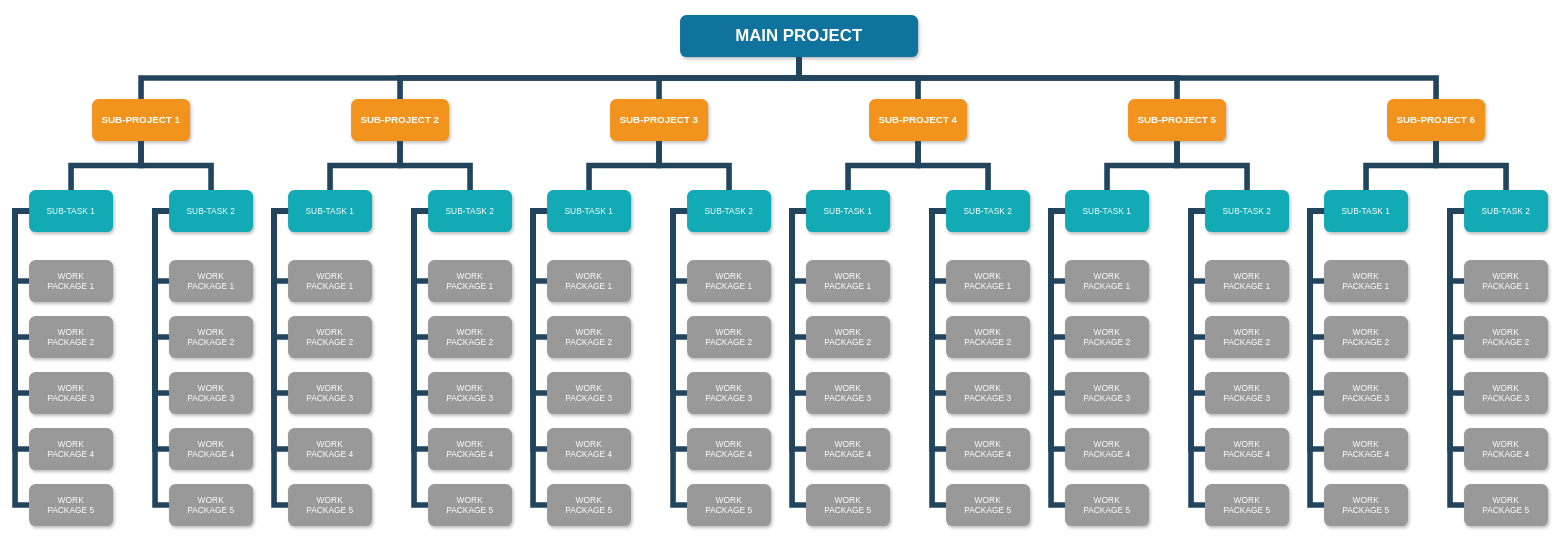
The draw.io diagram PC端结构设计.drawio in yuxibiwin/draw, before the edit. Source tidied: cells renumbered, new cells numbered last; positions are measured from the earlier drawing's top-left corner, leaving out a move shared by most shapes. Both pictures are drawn from the tidied source at 70%, with x=0, y=0 at pixel (15, 15).
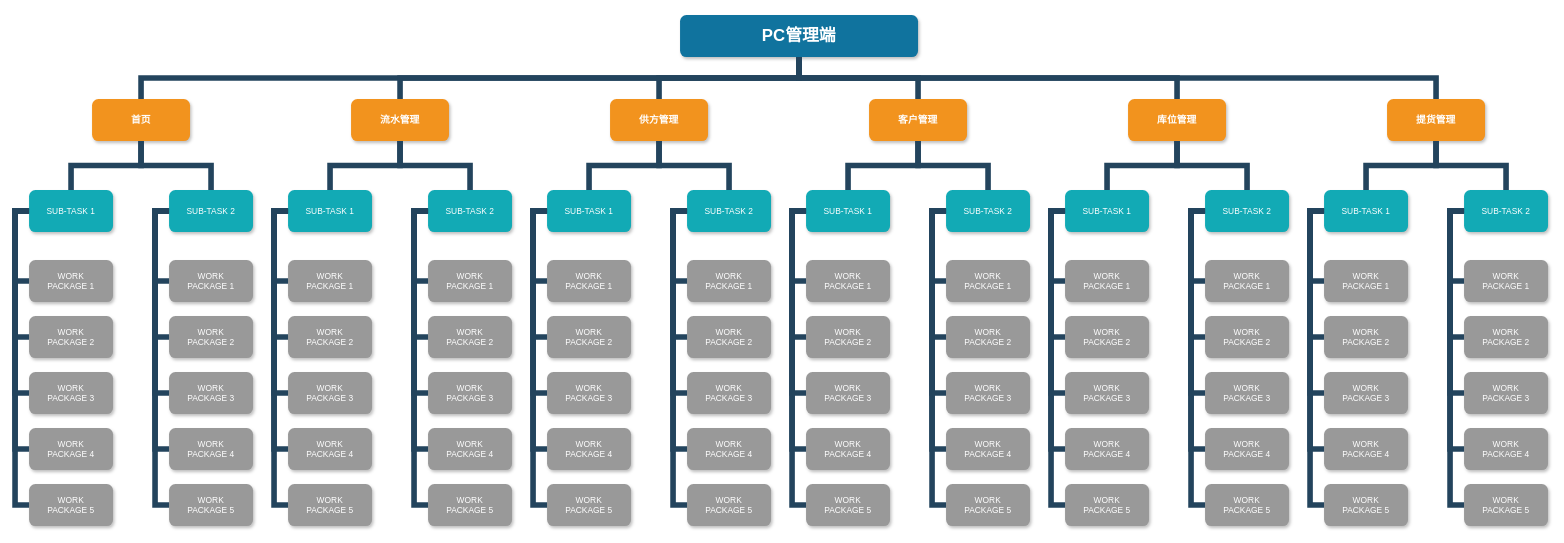
Above is the later version.

Commit message (it also covers changes not shown here):
更新PC端结构设计.drawio

The edit, as a diff of the source:
```diff
@@
-    <mxCell id="2" value="MAIN PROJECT" style="whiteSpace=wrap;rounded=1;shadow=1;fillColor=#10739E;strokeColor=none;fontColor=#FFFFFF;fontStyle=1;fontSize=24;" parent="1" vertex="1">
+    <mxCell id="2" value="PC管理端" style="whiteSpace=wrap;rounded=1;shadow=1;fillColor=#10739E;strokeColor=none;fontColor=#FFFFFF;fontStyle=1;fontSize=24;" parent="1" vertex="1">
       <mxGeometry x="950" width="340" height="60" as="geometry" />
     </mxCell>
-    <mxCell id="3" value="SUB-PROJECT 1" style="whiteSpace=wrap;rounded=1;fillColor=#F2931E;strokeColor=none;shadow=1;fontColor=#FFFFFF;fontStyle=1;fontSize=14;" parent="1" vertex="1">
+    <mxCell id="3" value="首页" style="whiteSpace=wrap;rounded=1;fillColor=#F2931E;strokeColor=none;shadow=1;fontColor=#FFFFFF;fontStyle=1;fontSize=14;" parent="1" vertex="1">
       <mxGeometry x="110" y="120" width="140" height="60" as="geometry" />
     </mxCell>
-    <mxCell id="4" value="SUB-PROJECT 2" style="whiteSpace=wrap;rounded=1;fillColor=#F2931E;strokeColor=none;shadow=1;fontColor=#FFFFFF;fontStyle=1;fontSize=14;" parent="1" vertex="1">
+    <mxCell id="4" value="流水管理" style="whiteSpace=wrap;rounded=1;fillColor=#F2931E;strokeColor=none;shadow=1;fontColor=#FFFFFF;fontStyle=1;fontSize=14;" parent="1" vertex="1">
       <mxGeometry x="480" y="120" width="140" height="60" as="geometry" />
     </mxCell>
-    <mxCell id="5" value="SUB-PROJECT 6" style="whiteSpace=wrap;rounded=1;fillColor=#F2931E;strokeColor=none;shadow=1;fontColor=#FFFFFF;fontStyle=1;fontSize=14;" parent="1" vertex="1">
+    <mxCell id="5" value="提货管理" style="whiteSpace=wrap;rounded=1;fillColor=#F2931E;strokeColor=none;shadow=1;fontColor=#FFFFFF;fontStyle=1;fontSize=14;" parent="1" vertex="1">
       <mxGeometry x="1960" y="120" width="140" height="60" as="geometry" />
     </mxCell>
-    <mxCell id="6" value="SUB-PROJECT 3" style="whiteSpace=wrap;rounded=1;fillColor=#F2931E;strokeColor=none;shadow=1;fontColor=#FFFFFF;fontStyle=1;fontSize=14;" parent="1" vertex="1">
+    <mxCell id="6" value="供方管理" style="whiteSpace=wrap;rounded=1;fillColor=#F2931E;strokeColor=none;shadow=1;fontColor=#FFFFFF;fontStyle=1;fontSize=14;" parent="1" vertex="1">
       <mxGeometry x="850" y="120" width="140" height="60" as="geometry" />
     </mxCell>
-    <mxCell id="7" value="SUB-PROJECT 4" style="whiteSpace=wrap;rounded=1;fillColor=#F2931E;strokeColor=none;shadow=1;fontColor=#FFFFFF;fontStyle=1;fontSize=14;" parent="1" vertex="1">
+    <mxCell id="7" value="客户管理" style="whiteSpace=wrap;rounded=1;fillColor=#F2931E;strokeColor=none;shadow=1;fontColor=#FFFFFF;fontStyle=1;fontSize=14;" parent="1" vertex="1">
       <mxGeometry x="1220" y="120" width="140" height="60" as="geometry" />
     </mxCell>
-    <mxCell id="8" value="SUB-PROJECT 5" style="whiteSpace=wrap;rounded=1;fillColor=#F2931E;strokeColor=none;shadow=1;fontColor=#FFFFFF;fontStyle=1;fontSize=14;" parent="1" vertex="1">
+    <mxCell id="8" value="库位管理" style="whiteSpace=wrap;rounded=1;fillColor=#F2931E;strokeColor=none;shadow=1;fontColor=#FFFFFF;fontStyle=1;fontSize=14;" parent="1" vertex="1">
       <mxGeometry x="1590" y="120" width="140" height="60" as="geometry" />
     </mxCell>
```
